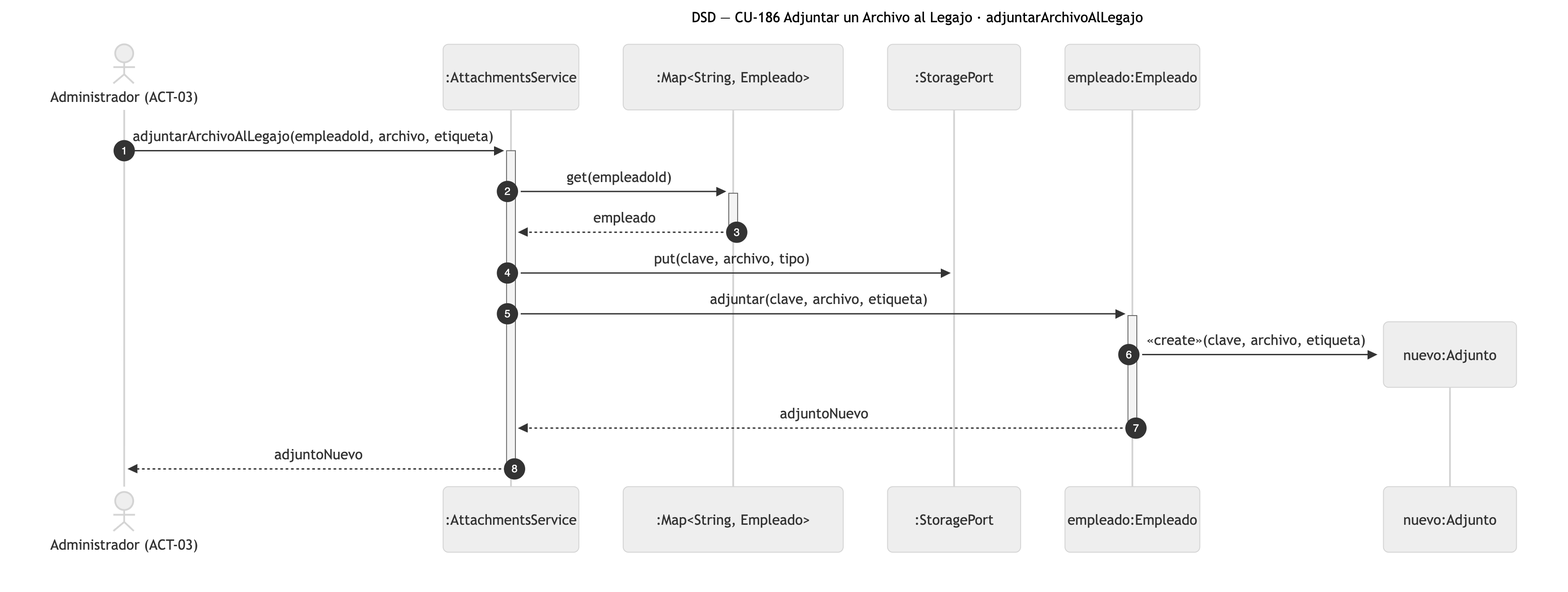
The Mermaid diagram diagramas/png/DSD_CU-186_adjuntarArchivoAlLegajo.png in Nahuelito-Dev/splg-docs, before a commit. Its source is kept beside it as diagramas/DSD_CU-186_adjuntarArchivoAlLegajo.mmd. The source it was exported from:
```mermaid
sequenceDiagram
    title DSD — CU-186 Adjuntar un Archivo al Legajo · adjuntarArchivoAlLegajo
    autonumber
    actor ADM as Administrador (ACT-03)
    participant SRV as :AttachmentsService
    participant COE as :Map#lt;String, Empleado#gt;
    participant STO as :StoragePort
    participant EMP as empleado:Empleado

    ADM->>+SRV: adjuntarArchivoAlLegajo(empleadoId, archivo, etiqueta)
    SRV->>+COE: get(empleadoId)
    COE-->>-SRV: empleado
    SRV->>STO: put(clave, archivo, tipo)
    SRV->>+EMP: adjuntar(clave, archivo, etiqueta)
    create participant ADJ as nuevo:Adjunto
    EMP->>ADJ: «create»(clave, archivo, etiqueta)
    EMP-->>-SRV: adjuntoNuevo
    SRV-->>-ADM: adjuntoNuevo
```
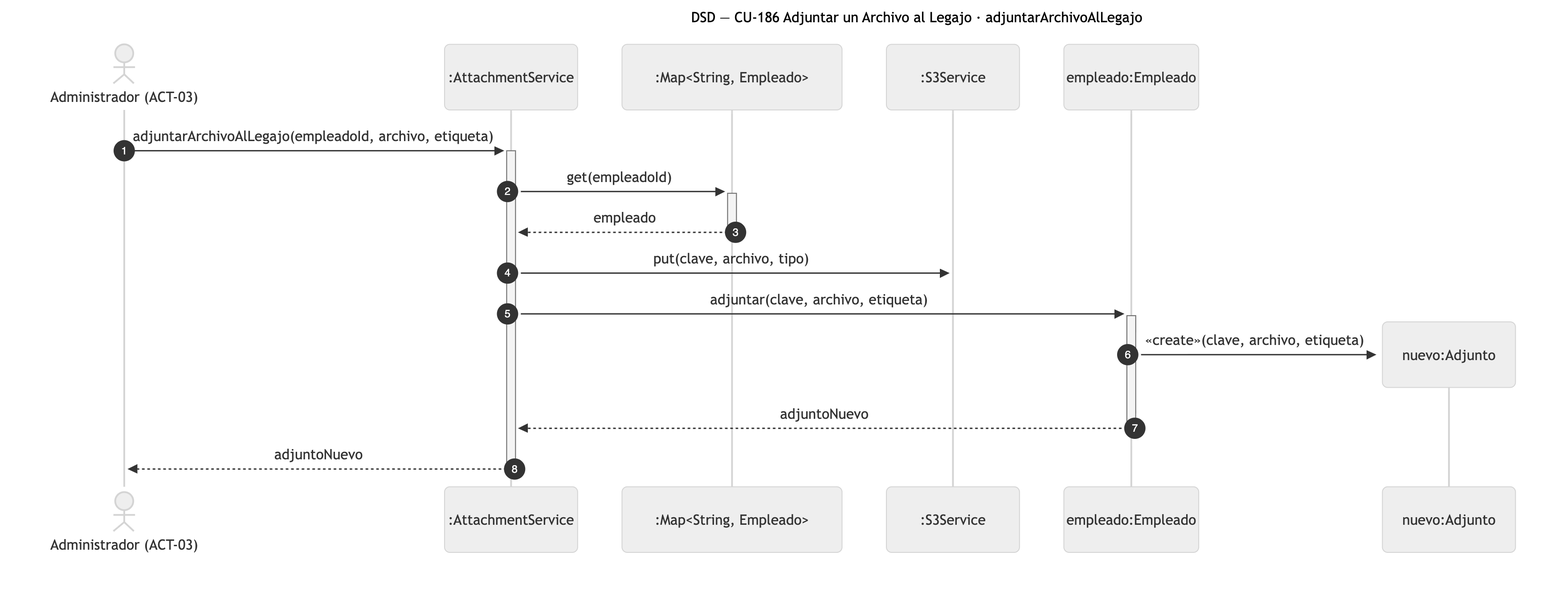
After the commit.

Change to the diagram source:
```diff
@@ -2,15 +2,15 @@
     title DSD — CU-186 Adjuntar un Archivo al Legajo · adjuntarArchivoAlLegajo
     autonumber
     actor ADM as Administrador (ACT-03)
-    participant SRV as :AttachmentsService
+    participant SRV as :AttachmentService
     participant COE as :Map#lt;String, Empleado#gt;
-    participant STO as :StoragePort
+    participant S3 as :S3Service
     participant EMP as empleado:Empleado
 
     ADM->>+SRV: adjuntarArchivoAlLegajo(empleadoId, archivo, etiqueta)
     SRV->>+COE: get(empleadoId)
     COE-->>-SRV: empleado
-    SRV->>STO: put(clave, archivo, tipo)
+    SRV->>S3: put(clave, archivo, tipo)
     SRV->>+EMP: adjuntar(clave, archivo, etiqueta)
     create participant ADJ as nuevo:Adjunto
     EMP->>ADJ: «create»(clave, archivo, etiqueta)
```
